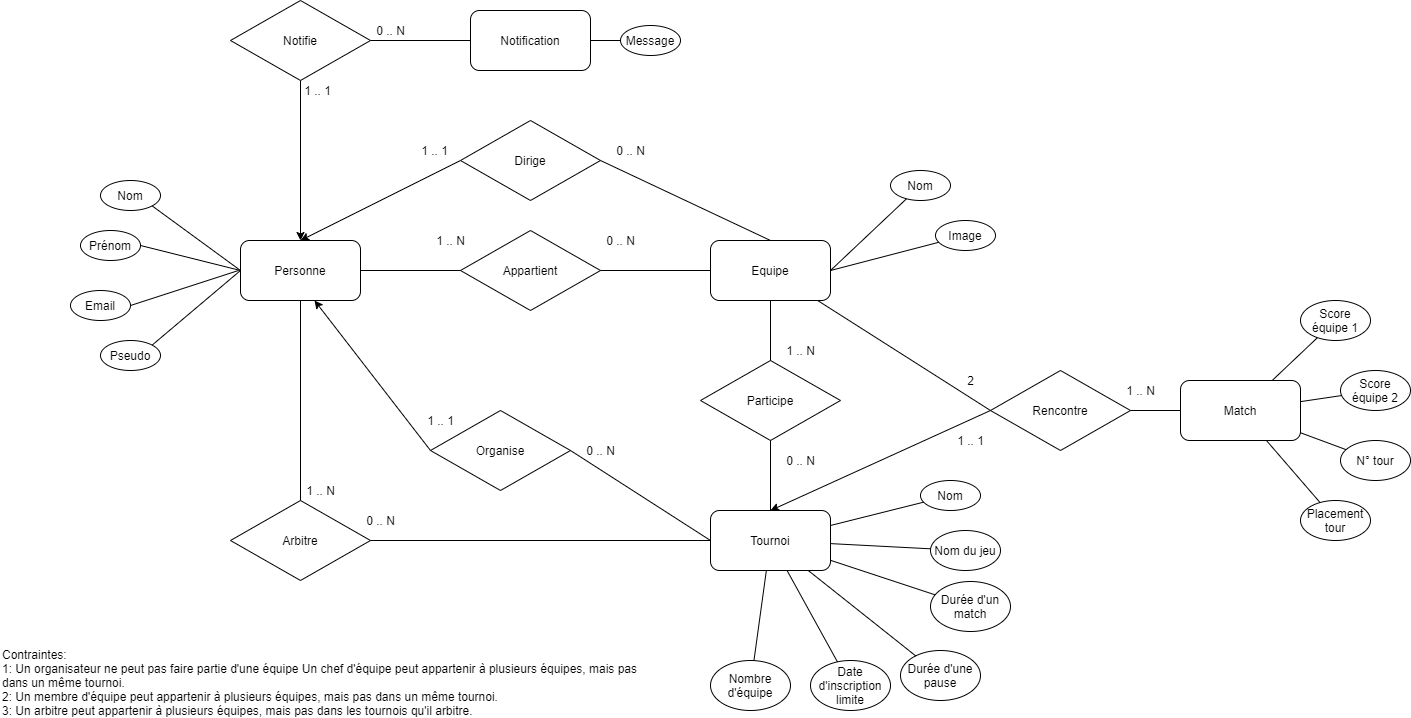
Above: Documentation/Schéma EA v2.png in HE-Arc/Wolves-Tournament-Master (draw.io), before the change. Source tidied: cells renumbered, new cells last; positions are measured from the earlier drawing's top-left corner, leaving out a move shared by most shapes. Source of this version:
```xml
<mxGraphModel>
  <root>
    <mxCell id="0" />
    <mxCell id="1" parent="0" />
    <mxCell id="2" value="Personne" style="rounded=1;whiteSpace=wrap;html=1;" parent="1" vertex="1">
      <mxGeometry x="240" y="240" width="120" height="60" as="geometry" />
    </mxCell>
    <mxCell id="3" value="Equipe" style="rounded=1;whiteSpace=wrap;html=1;" parent="1" vertex="1">
      <mxGeometry x="710" y="240" width="120" height="60" as="geometry" />
    </mxCell>
    <mxCell id="4" value="Appartient" style="rhombus;whiteSpace=wrap;html=1;" parent="1" vertex="1">
      <mxGeometry x="460" y="230" width="140" height="80" as="geometry" />
    </mxCell>
    <mxCell id="5" value="Nom" style="ellipse;whiteSpace=wrap;html=1;" parent="1" vertex="1">
      <mxGeometry x="100" y="180" width="60" height="30" as="geometry" />
    </mxCell>
    <mxCell id="6" value="Prénom" style="ellipse;whiteSpace=wrap;html=1;" parent="1" vertex="1">
      <mxGeometry x="80" y="230" width="60" height="30" as="geometry" />
    </mxCell>
    <mxCell id="7" value="Pseudo" style="ellipse;whiteSpace=wrap;html=1;" parent="1" vertex="1">
      <mxGeometry x="100" y="340" width="60" height="30" as="geometry" />
    </mxCell>
    <mxCell id="8" style="endArrow=none;html=1;exitX=1;exitY=0.5;exitDx=0;exitDy=0;entryX=0;entryY=0.5;entryDx=0;entryDy=0;" parent="1" edge="1" source="6" target="2">
      <mxGeometry relative="1" as="geometry" />
    </mxCell>
    <mxCell id="9" style="endArrow=none;html=1;exitX=1;exitY=0;exitDx=0;exitDy=0;entryX=0;entryY=0.5;entryDx=0;entryDy=0;" parent="1" edge="1" source="7" target="2">
      <mxGeometry relative="1" as="geometry" />
    </mxCell>
    <mxCell id="10" style="endArrow=none;html=1;entryX=0;entryY=0.5;entryDx=0;entryDy=0;exitX=1;exitY=1;exitDx=0;exitDy=0;" parent="1" edge="1" source="5" target="2">
      <mxGeometry relative="1" as="geometry" />
    </mxCell>
    <mxCell id="11" value="Email" style="ellipse;whiteSpace=wrap;html=1;" parent="1" vertex="1">
      <mxGeometry x="70" y="290" width="60" height="30" as="geometry" />
    </mxCell>
    <mxCell id="12" style="endArrow=none;html=1;exitX=1;exitY=0.5;exitDx=0;exitDy=0;" parent="1" edge="1" source="11">
      <mxGeometry relative="1" as="geometry">
        <mxPoint x="238" y="270" as="targetPoint" />
      </mxGeometry>
    </mxCell>
    <mxCell id="13" value="0 .. N" style="text;html=1;align=center;verticalAlign=middle;" parent="1" vertex="1">
      <mxGeometry x="600" y="230" width="40" height="20" as="geometry" />
    </mxCell>
    <mxCell id="14" value="1 .. N" style="text;html=1;align=center;verticalAlign=middle;" parent="1" vertex="1">
      <mxGeometry x="430" y="230" width="40" height="20" as="geometry" />
    </mxCell>
    <mxCell id="15" style="endArrow=none;html=1;exitX=1;exitY=0.5;exitDx=0;exitDy=0;" parent="1" edge="1" source="2" target="4">
      <mxGeometry relative="1" as="geometry" />
    </mxCell>
    <mxCell id="16" style="endArrow=none;html=1;exitX=0;exitY=0.5;exitDx=0;exitDy=0;entryX=1;entryY=0.5;entryDx=0;entryDy=0;" parent="1" edge="1" source="3" target="4">
      <mxGeometry relative="1" as="geometry" />
    </mxCell>
    <mxCell id="17" value="Nom" style="ellipse;whiteSpace=wrap;html=1;" parent="1" vertex="1">
      <mxGeometry x="890" y="170" width="60" height="30" as="geometry" />
    </mxCell>
    <mxCell id="18" style="endArrow=none;html=1;exitX=1;exitY=0.5;exitDx=0;exitDy=0;" parent="1" edge="1" source="3" target="17">
      <mxGeometry relative="1" as="geometry" />
    </mxCell>
    <mxCell id="19" value="Image" style="ellipse;whiteSpace=wrap;html=1;" parent="1" vertex="1">
      <mxGeometry x="935" y="220" width="60" height="30" as="geometry" />
    </mxCell>
    <mxCell id="20" style="endArrow=none;html=1;exitX=1;exitY=0.5;exitDx=0;exitDy=0;" parent="1" edge="1" source="3" target="19">
      <mxGeometry relative="1" as="geometry" />
    </mxCell>
    <mxCell id="21" style="edgeStyle=none;rounded=0;jettySize=auto;html=1;exitX=0;exitY=0.5;exitDx=0;exitDy=0;entryX=0.5;entryY=0;entryDx=0;entryDy=0;" parent="1" edge="1" source="22" target="2">
      <mxGeometry relative="1" as="geometry" />
    </mxCell>
    <mxCell id="22" value="Dirige" style="rhombus;whiteSpace=wrap;html=1;" parent="1" vertex="1">
      <mxGeometry x="460" y="120" width="140" height="80" as="geometry" />
    </mxCell>
    <mxCell id="23" value="1 .. 1" style="text;html=1;align=center;verticalAlign=middle;" parent="1" vertex="1">
      <mxGeometry x="414" y="140" width="40" height="20" as="geometry" />
    </mxCell>
    <mxCell id="24" value="0 .. N" style="text;html=1;align=center;verticalAlign=middle;" parent="1" vertex="1">
      <mxGeometry x="610" y="140" width="40" height="20" as="geometry" />
    </mxCell>
    <mxCell id="25" value="Tournoi" style="rounded=1;whiteSpace=wrap;html=1;" parent="1" vertex="1">
      <mxGeometry x="710" y="510" width="120" height="60" as="geometry" />
    </mxCell>
    <mxCell id="26" value="Participe" style="rhombus;whiteSpace=wrap;html=1;" parent="1" vertex="1">
      <mxGeometry x="700" y="360" width="140" height="80" as="geometry" />
    </mxCell>
    <mxCell id="27" style="endArrow=none;html=1;entryX=0.5;entryY=1;entryDx=0;entryDy=0;" parent="1" edge="1" source="26" target="3">
      <mxGeometry relative="1" as="geometry" />
    </mxCell>
    <mxCell id="28" style="endArrow=none;html=1;entryX=0.5;entryY=1;entryDx=0;entryDy=0;exitX=0.5;exitY=0;exitDx=0;exitDy=0;" parent="1" edge="1" source="25" target="26">
      <mxGeometry relative="1" as="geometry" />
    </mxCell>
    <mxCell id="29" value="0 .. N" style="text;html=1;align=center;verticalAlign=middle;" parent="1" vertex="1">
      <mxGeometry x="780" y="450" width="40" height="20" as="geometry" />
    </mxCell>
    <mxCell id="30" value="1 .. N" style="text;html=1;align=center;verticalAlign=middle;" parent="1" vertex="1">
      <mxGeometry x="780" y="340" width="40" height="20" as="geometry" />
    </mxCell>
    <mxCell id="31" style="edgeStyle=none;rounded=0;jettySize=auto;html=1;exitX=0;exitY=0.5;exitDx=0;exitDy=0;entryX=0.617;entryY=1;entryDx=0;entryDy=0;entryPerimeter=0;" parent="1" edge="1" source="32" target="2">
      <mxGeometry relative="1" as="geometry" />
    </mxCell>
    <mxCell id="32" value="Organise" style="rhombus;whiteSpace=wrap;html=1;" parent="1" vertex="1">
      <mxGeometry x="430" y="410" width="140" height="80" as="geometry" />
    </mxCell>
    <mxCell id="33" value="0 .. N" style="text;html=1;align=center;verticalAlign=middle;" parent="1" vertex="1">
      <mxGeometry x="580" y="440" width="40" height="20" as="geometry" />
    </mxCell>
    <mxCell id="34" style="endArrow=none;html=1;exitX=1;exitY=0.5;exitDx=0;exitDy=0;entryX=0;entryY=0.5;entryDx=0;entryDy=0;" parent="1" edge="1" source="32" target="25">
      <mxGeometry relative="1" as="geometry" />
    </mxCell>
    <mxCell id="35" value="1 .. 1" style="text;html=1;align=center;verticalAlign=middle;" parent="1" vertex="1">
      <mxGeometry x="420" y="410" width="40" height="20" as="geometry" />
    </mxCell>
    <mxCell id="36" value="Nom" style="ellipse;whiteSpace=wrap;html=1;" parent="1" vertex="1">
      <mxGeometry x="920" y="480" width="60" height="30" as="geometry" />
    </mxCell>
    <mxCell id="37" value="Nom du jeu" style="ellipse;whiteSpace=wrap;html=1;" parent="1" vertex="1">
      <mxGeometry x="930" y="530" width="70" height="40" as="geometry" />
    </mxCell>
    <mxCell id="38" value="Durée d'un match" style="ellipse;whiteSpace=wrap;html=1;" parent="1" vertex="1">
      <mxGeometry x="930" y="581" width="80" height="50" as="geometry" />
    </mxCell>
    <mxCell id="39" value="Durée d'une pause" style="ellipse;whiteSpace=wrap;html=1;" parent="1" vertex="1">
      <mxGeometry x="900" y="650" width="80" height="50" as="geometry" />
    </mxCell>
    <mxCell id="40" value="Date d'inscription limite" style="ellipse;whiteSpace=wrap;html=1;" parent="1" vertex="1">
      <mxGeometry x="810" y="660" width="80" height="50" as="geometry" />
    </mxCell>
    <mxCell id="41" value="Nombre d'équipe" style="ellipse;whiteSpace=wrap;html=1;" parent="1" vertex="1">
      <mxGeometry x="710" y="660" width="80" height="50" as="geometry" />
    </mxCell>
    <mxCell id="42" style="endArrow=none;html=1;" parent="1" edge="1" source="25" target="36">
      <mxGeometry relative="1" as="geometry" />
    </mxCell>
    <mxCell id="43" style="endArrow=none;html=1;" parent="1" edge="1" source="25" target="37">
      <mxGeometry relative="1" as="geometry" />
    </mxCell>
    <mxCell id="44" style="endArrow=none;html=1;" parent="1" edge="1" source="25" target="38">
      <mxGeometry relative="1" as="geometry" />
    </mxCell>
    <mxCell id="45" style="endArrow=none;html=1;" parent="1" edge="1" source="25" target="39">
      <mxGeometry relative="1" as="geometry" />
    </mxCell>
    <mxCell id="46" style="endArrow=none;html=1;" parent="1" edge="1" source="25" target="40">
      <mxGeometry relative="1" as="geometry" />
    </mxCell>
    <mxCell id="47" style="endArrow=none;html=1;" parent="1" edge="1" source="25" target="41">
      <mxGeometry relative="1" as="geometry" />
    </mxCell>
    <mxCell id="48" value="Arbitre" style="rhombus;whiteSpace=wrap;html=1;" parent="1" vertex="1">
      <mxGeometry x="230" y="500" width="140" height="80" as="geometry" />
    </mxCell>
    <mxCell id="49" style="endArrow=none;html=1;entryX=0.5;entryY=1;entryDx=0;entryDy=0;" parent="1" edge="1" source="48" target="2">
      <mxGeometry relative="1" as="geometry" />
    </mxCell>
    <mxCell id="50" style="endArrow=none;html=1;entryX=0;entryY=0.5;entryDx=0;entryDy=0;exitX=1;exitY=0.5;exitDx=0;exitDy=0;" parent="1" edge="1" source="48" target="25">
      <mxGeometry relative="1" as="geometry" />
    </mxCell>
    <mxCell id="51" value="0 .. N" style="text;html=1;align=center;verticalAlign=middle;" parent="1" vertex="1">
      <mxGeometry x="360" y="510" width="40" height="20" as="geometry" />
    </mxCell>
    <mxCell id="52" value="1 .. N" style="text;html=1;align=center;verticalAlign=middle;" parent="1" vertex="1">
      <mxGeometry x="300" y="480" width="40" height="20" as="geometry" />
    </mxCell>
    <mxCell id="53" value="Contraintes:&lt;br&gt;1:&amp;nbsp;Un organisateur ne peut pas faire partie d'une équipe Un chef d'équipe peut appartenir à plusieurs équipes, mais pas dans un même tournoi.&lt;br&gt;2: Un membre d'équipe peut appartenir à plusieurs équipes, mais pas dans un même tournoi.&lt;br&gt;3:&amp;nbsp;Un arbitre peut appartenir à plusieurs équipes, mais pas dans les tournois qu'il arbitre." style="text;html=1;strokeColor=none;fillColor=none;align=left;verticalAlign=left;whiteSpace=wrap;rounded=0;" parent="1" vertex="1">
      <mxGeometry y="640" width="650" height="70" as="geometry" />
    </mxCell>
    <mxCell id="54" style="endArrow=none;html=1;entryX=1;entryY=0.5;entryDx=0;entryDy=0;exitX=0.5;exitY=0;exitDx=0;exitDy=0;" parent="1" edge="1" source="3" target="22">
      <mxGeometry relative="1" as="geometry" />
    </mxCell>
    <mxCell id="55" value="Match" style="rounded=1;whiteSpace=wrap;html=1;" parent="1" vertex="1">
      <mxGeometry x="1180" y="380" width="120" height="60" as="geometry" />
    </mxCell>
    <mxCell id="56" style="edgeStyle=none;rounded=0;jettySize=auto;html=1;exitX=0;exitY=0.5;exitDx=0;exitDy=0;entryX=0.5;entryY=0;entryDx=0;entryDy=0;" parent="1" edge="1" source="57" target="25">
      <mxGeometry relative="1" as="geometry" />
    </mxCell>
    <mxCell id="57" value="Rencontre" style="rhombus;whiteSpace=wrap;html=1;" parent="1" vertex="1">
      <mxGeometry x="990" y="370" width="140" height="80" as="geometry" />
    </mxCell>
    <mxCell id="58" style="endArrow=none;html=1;exitX=0;exitY=0.5;exitDx=0;exitDy=0;" parent="1" edge="1" source="57" target="3">
      <mxGeometry relative="1" as="geometry" />
    </mxCell>
    <mxCell id="59" style="endArrow=none;html=1;exitX=1;exitY=0.5;exitDx=0;exitDy=0;entryX=0;entryY=0.5;entryDx=0;entryDy=0;" parent="1" edge="1" source="57" target="55">
      <mxGeometry relative="1" as="geometry" />
    </mxCell>
    <mxCell id="60" value="1 .. N" style="text;html=1;align=center;verticalAlign=middle;" parent="1" vertex="1">
      <mxGeometry x="1120" y="380" width="40" height="20" as="geometry" />
    </mxCell>
    <mxCell id="61" value="2" style="text;html=1;align=center;verticalAlign=middle;" parent="1" vertex="1">
      <mxGeometry x="960" y="370" width="20" height="20" as="geometry" />
    </mxCell>
    <mxCell id="62" value="1 .. 1" style="text;html=1;align=center;verticalAlign=middle;" parent="1" vertex="1">
      <mxGeometry x="950" y="430" width="40" height="20" as="geometry" />
    </mxCell>
    <mxCell id="63" value="Score équipe 1" style="ellipse;whiteSpace=wrap;html=1;" parent="1" vertex="1">
      <mxGeometry x="1300" y="300" width="70" height="40" as="geometry" />
    </mxCell>
    <mxCell id="64" value="Score équipe 2" style="ellipse;whiteSpace=wrap;html=1;" parent="1" vertex="1">
      <mxGeometry x="1340" y="370" width="70" height="40" as="geometry" />
    </mxCell>
    <mxCell id="65" value="N° tour" style="ellipse;whiteSpace=wrap;html=1;" parent="1" vertex="1">
      <mxGeometry x="1340" y="440" width="70" height="40" as="geometry" />
    </mxCell>
    <mxCell id="66" value="Placement tour" style="ellipse;whiteSpace=wrap;html=1;" parent="1" vertex="1">
      <mxGeometry x="1300" y="500" width="70" height="40" as="geometry" />
    </mxCell>
    <mxCell id="67" style="endArrow=none;html=1;" parent="1" edge="1" source="55" target="63">
      <mxGeometry relative="1" as="geometry" />
    </mxCell>
    <mxCell id="68" style="endArrow=none;html=1;" parent="1" edge="1" source="55" target="64">
      <mxGeometry relative="1" as="geometry" />
    </mxCell>
    <mxCell id="69" style="endArrow=none;html=1;" parent="1" edge="1" source="55" target="65">
      <mxGeometry relative="1" as="geometry" />
    </mxCell>
    <mxCell id="70" style="endArrow=none;html=1;" parent="1" edge="1" source="55" target="66">
      <mxGeometry relative="1" as="geometry" />
    </mxCell>
    <mxCell id="71" value="Notification" style="rounded=1;whiteSpace=wrap;html=1;" parent="1" vertex="1">
      <mxGeometry x="470" y="10" width="120" height="60" as="geometry" />
    </mxCell>
    <mxCell id="72" style="edgeStyle=orthogonalEdgeStyle;rounded=0;jettySize=auto;html=1;exitX=0.5;exitY=1;exitDx=0;exitDy=0;entryX=0.5;entryY=0;entryDx=0;entryDy=0;" parent="1" edge="1" source="73" target="2">
      <mxGeometry relative="1" as="geometry" />
    </mxCell>
    <mxCell id="73" value="Notifie" style="rhombus;whiteSpace=wrap;html=1;" parent="1" vertex="1">
      <mxGeometry x="230" width="140" height="80" as="geometry" />
    </mxCell>
    <mxCell id="74" style="endArrow=none;html=1;entryX=0;entryY=0.5;entryDx=0;entryDy=0;exitX=1;exitY=0.5;exitDx=0;exitDy=0;" parent="1" edge="1" source="73" target="71">
      <mxGeometry relative="1" as="geometry" />
    </mxCell>
    <mxCell id="75" value="1 .. 1" style="text;html=1;align=center;verticalAlign=middle;" parent="1" vertex="1">
      <mxGeometry x="297" y="80" width="40" height="20" as="geometry" />
    </mxCell>
    <mxCell id="76" value="0 .. N" style="text;html=1;align=center;verticalAlign=middle;" parent="1" vertex="1">
      <mxGeometry x="370" y="20" width="40" height="20" as="geometry" />
    </mxCell>
    <mxCell id="77" value="Message" style="ellipse;whiteSpace=wrap;html=1;" parent="1" vertex="1">
      <mxGeometry x="620" y="25" width="60" height="30" as="geometry" />
    </mxCell>
    <mxCell id="78" style="endArrow=none;html=1;" parent="1" edge="1" source="77" target="71">
      <mxGeometry relative="1" as="geometry" />
    </mxCell>
  </root>
</mxGraphModel>
```
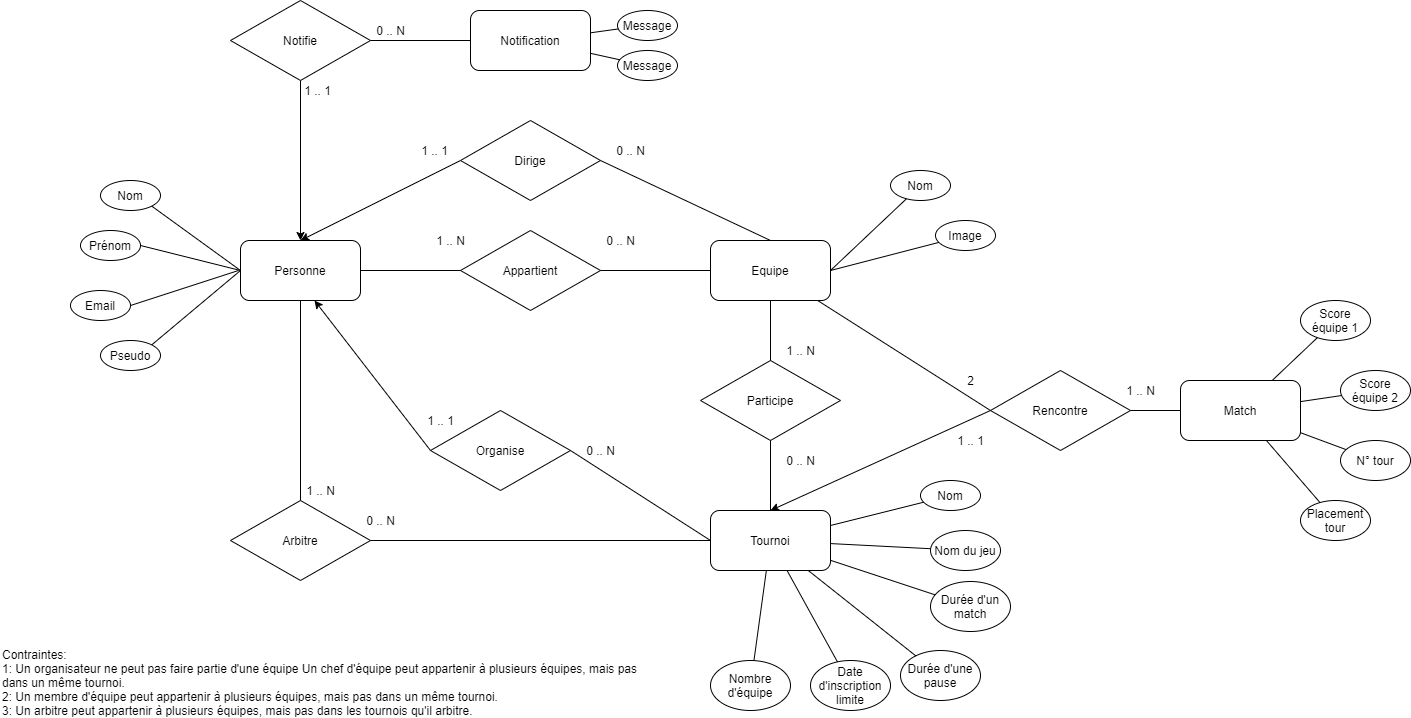
The same diagram one commit later.

What changed in the source:
```diff
@@ -230,10 +230,16 @@
       <mxGeometry x="370" y="20" width="40" height="20" as="geometry" />
     </mxCell>
     <mxCell id="77" value="Message" style="ellipse;whiteSpace=wrap;html=1;" parent="1" vertex="1">
-      <mxGeometry x="620" y="25" width="60" height="30" as="geometry" />
+      <mxGeometry x="617" y="50" width="60" height="30" as="geometry" />
     </mxCell>
     <mxCell id="78" style="endArrow=none;html=1;" parent="1" edge="1" source="77" target="71">
       <mxGeometry relative="1" as="geometry" />
     </mxCell>
+    <mxCell id="79" value="Message" style="ellipse;whiteSpace=wrap;html=1;" parent="1" vertex="1">
+      <mxGeometry x="617" y="10" width="60" height="30" as="geometry" />
+    </mxCell>
+    <mxCell id="80" style="endArrow=none;html=1;" parent="1" edge="1" source="79" target="71">
+      <mxGeometry relative="1" as="geometry" />
+    </mxCell>
   </root>
 </mxGraphModel>
```
